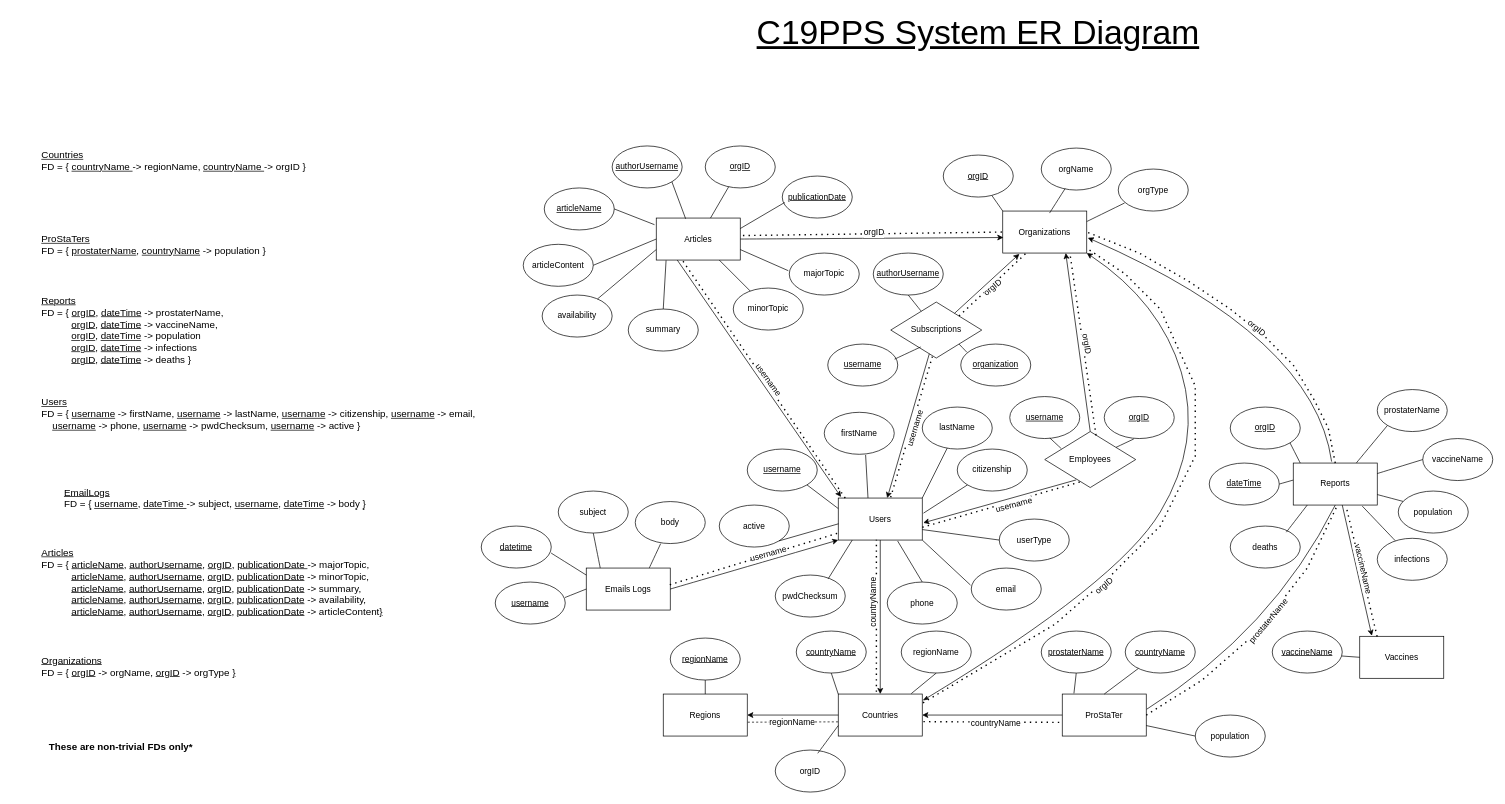
aydinaf/COMP353-Project-C19PPS keeps this draw.io diagram as ER Diagram v2.5.drawio. Above is the earlier version. Source tidied: cells renumbered, new cells numbered last; positions are measured from the earlier drawing's top-left corner, leaving out a move shared by most shapes. Both pictures are drawn from the tidied source at 70%, with x=0, y=0 at pixel (19, 22).
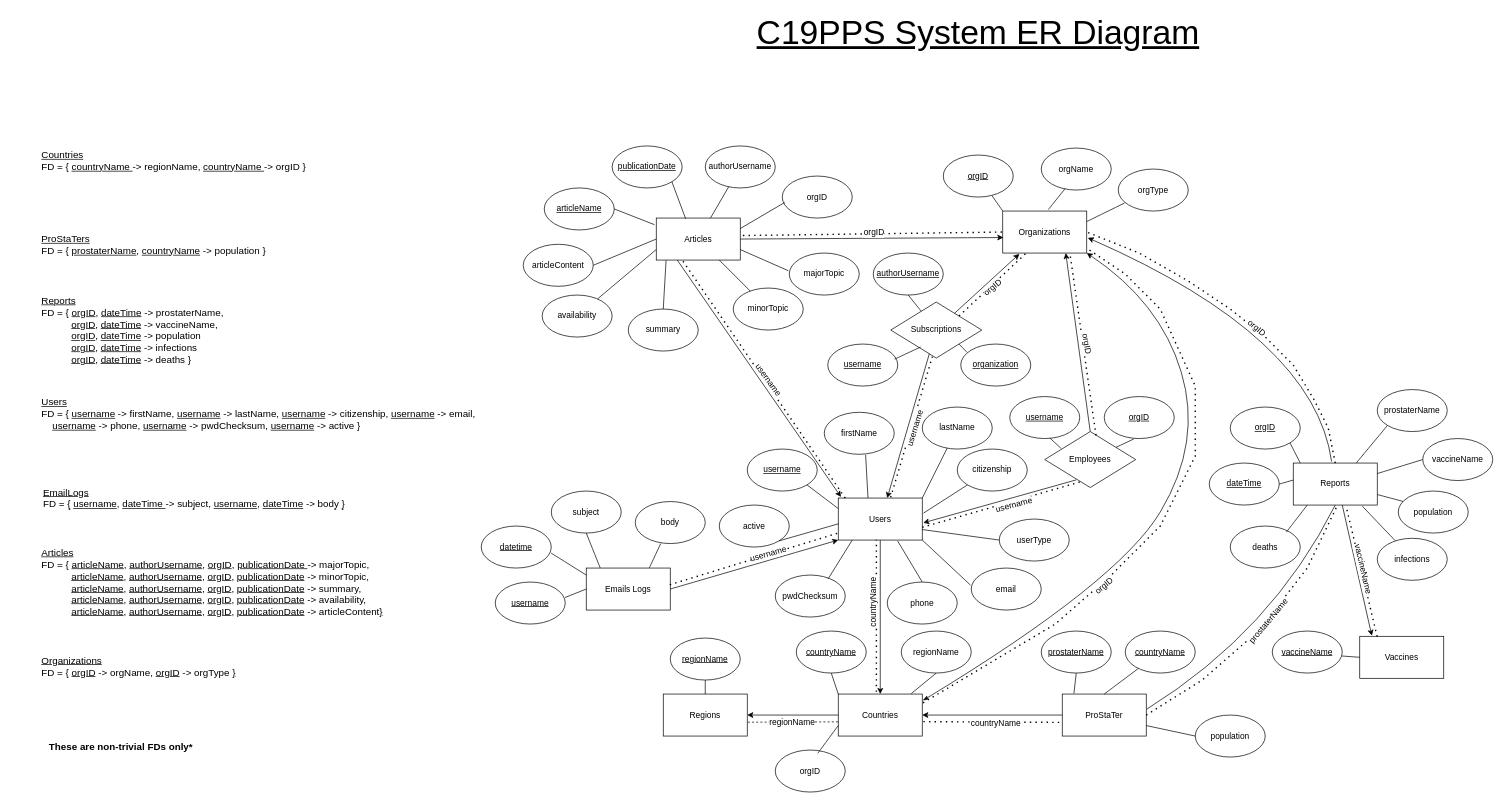
After the change.

Unchanged cells that the change refers to:
```xml
<mxCell id="45" value="Organizations" style="rounded=0;whiteSpace=wrap;html=1;" parent="1" vertex="1">
  <mxGeometry x="1405" y="270" width="120" height="60" as="geometry" />
</mxCell>
<mxCell id="47" value="orgName" style="ellipse;whiteSpace=wrap;html=1;" parent="1" vertex="1">
  <mxGeometry x="1460" y="180" width="100" height="60" as="geometry" />
</mxCell>
```

Diff of the diagram source:
```diff
@@
-    <mxCell id="40" value="&lt;u&gt;authorUsername&lt;/u&gt;" style="ellipse;whiteSpace=wrap;html=1;" parent="1" vertex="1">
+    <mxCell id="40" value="&lt;u&gt;publicationDate&lt;/u&gt;" style="ellipse;whiteSpace=wrap;html=1;" parent="1" vertex="1">
       <mxGeometry x="847" y="177" width="100" height="60" as="geometry" />
     </mxCell>
@@
-    <mxCell id="44" value="&lt;u&gt;publicationDate&lt;/u&gt;" style="ellipse;whiteSpace=wrap;html=1;" parent="1" vertex="1">
+    <mxCell id="44" value="orgID" style="ellipse;whiteSpace=wrap;html=1;" parent="1" vertex="1">
       <mxGeometry x="1090" y="220" width="100" height="60" as="geometry" />
     </mxCell>
@@
-    <mxCell id="48" value="&lt;u&gt;orgID&lt;/u&gt;" style="ellipse;whiteSpace=wrap;html=1;" parent="1" vertex="1">
+    <mxCell id="48" value="authorUsername" style="ellipse;whiteSpace=wrap;html=1;" parent="1" vertex="1">
       <mxGeometry x="980" y="177" width="100" height="60" as="geometry" />
     </mxCell>
@@
-    <mxCell id="62" style="endArrow=none;html=1;rounded=0;curved=1;entryX=0.341;entryY=0.966;entryDx=0;entryDy=0;exitX=0.557;exitY=0.048;exitDx=0;exitDy=0;exitPerimeter=0;entryPerimeter=0;" parent="1" edge="1" source="45" target="47">
+    <mxCell id="62" style="endArrow=none;html=1;rounded=0;curved=1;entryX=0.341;entryY=0.966;entryDx=0;entryDy=0;exitX=0.542;exitY=-0.033;exitDx=0;exitDy=0;exitPerimeter=0;entryPerimeter=0;" parent="1" edge="1" source="45" target="47">
       <mxGeometry relative="1" as="geometry" />
     </mxCell>
@@
     <mxCell id="97" value="subject" style="ellipse;whiteSpace=wrap;html=1;" parent="1" vertex="1">
-      <mxGeometry x="770" y="670" width="100" height="60" as="geometry" />
+      <mxGeometry x="760" y="670" width="100" height="60" as="geometry" />
     </mxCell>
@@
-    <mxCell id="100" style="endArrow=none;html=1;rounded=0;fontSize=48;curved=1;" parent="1" edge="1">
+    <mxCell id="100" style="endArrow=none;html=1;rounded=0;fontSize=48;curved=1;entryX=0.5;entryY=1;entryDx=0;entryDy=0;" parent="1" edge="1" target="97">
       <mxGeometry relative="1" as="geometry">
         <mxPoint x="830" y="780" as="sourcePoint" />
-        <mxPoint x="820" y="730" as="targetPoint" />
       </mxGeometry>
     </mxCell>
@@
     <mxCell id="104" value="&lt;div style=&quot;text-align: left;&quot;&gt;&lt;span style=&quot;font-size: 14px; background-color: initial;&quot;&gt;&lt;u&gt;EmailLogs&lt;/u&gt;&lt;/span&gt;&lt;/div&gt;&lt;font style=&quot;font-size: 14px;&quot;&gt;FD = { &lt;u&gt;username&lt;/u&gt;, &lt;u&gt;dateTime &lt;/u&gt;-&amp;gt; subject,&amp;nbsp;&lt;u&gt;username&lt;/u&gt;, &lt;u&gt;dateTime&lt;/u&gt; -&amp;gt; body }&lt;/font&gt;" style="text;html=1;strokeColor=none;fillColor=none;align=center;verticalAlign=middle;whiteSpace=wrap;rounded=0;" parent="1" vertex="1">
-      <mxGeometry y="620" width="560" height="120" as="geometry" />
+      <mxGeometry x="-10" y="620" width="520" height="120" as="geometry" />
     </mxCell>
```
